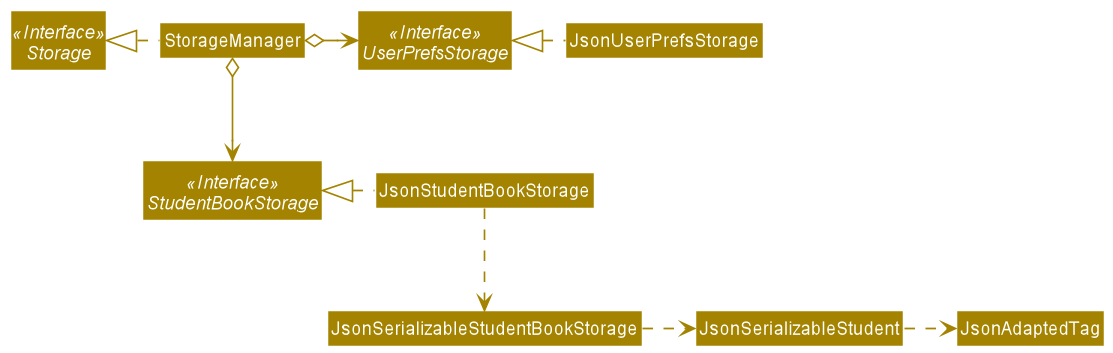
The PlantUML diagram docs/images/StorageClassDiagram.png in nus-cs2103-AY2021S2/tp, before a commit.
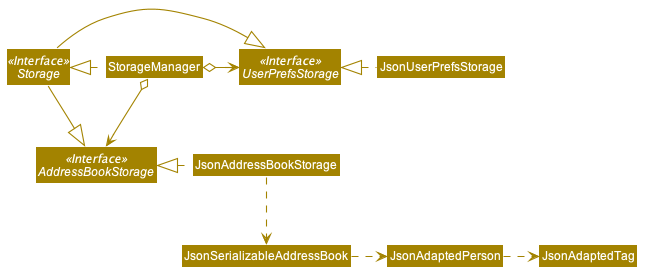
After the commit.

What changed in the source:
```diff
@@ -1,24 +1,74 @@
 @startuml
-!include style.puml
+
+
+
+
+
+
+
+
+skinparam BackgroundColor #FFFFFFF
+
+skinparam Shadowing false
+
+skinparam Class {
+    FontColor #FFFFFF
+    BorderThickness 1
+    BorderColor #FFFFFF
+    StereotypeFontColor #FFFFFF
+    FontName Arial
+}
+
+skinparam Actor {
+    BorderColor #000000
+    Color #000000
+    FontName Arial
+}
+
+skinparam Sequence {
+    MessageAlign center
+    BoxFontSize 15
+    BoxPadding 0
+    BoxFontColor #FFFFFF
+    FontName Arial
+}
+
+skinparam Participant {
+    FontColor #FFFFFFF
+    Padding 20
+}
+
+skinparam MinClassWidth 50
+skinparam ParticipantPadding 10
+skinparam Shadowing false
+skinparam DefaultTextAlignment center
+skinparam packageStyle Rectangle
+
+hide footbox
+hide members
+hide circle
 skinparam arrowThickness 1.1
-skinparam arrowColor STORAGE_COLOR
-skinparam classBackgroundColor STORAGE_COLOR
+skinparam arrowColor #A38300
+skinparam classBackgroundColor #A38300
 
 Interface Storage <<Interface>>
 Interface UserPrefsStorage <<Interface>>
-Interface StudentBookStorage <<Interface>>
+Interface AddressBookStorage <<Interface>>
 
 Class StorageManager
 Class JsonUserPrefsStorage
-Class JsonStudentBookStorage
+Class JsonAddressBookStorage
 
 StorageManager .left.|> Storage
 StorageManager o-right-> UserPrefsStorage
-StorageManager o--> StudentBookStorage
+StorageManager o--> AddressBookStorage
+
+Storage -|> UserPrefsStorage
+Storage -|> AddressBookStorage
 
 JsonUserPrefsStorage .left.|> UserPrefsStorage
-JsonStudentBookStorage .left.|>StudentBookStorage
-JsonStudentBookStorage .down.> JsonSerializableStudentBookStorage
-JsonSerializableStudentBookStorage .right.> JsonSerializableStudent
-JsonSerializableStudent .right.> JsonAdaptedTag
+JsonAddressBookStorage .left.|> AddressBookStorage
+JsonAddressBookStorage .down.> JsonSerializableAddressBook
+JsonSerializableAddressBook .right.> JsonAdaptedPerson
+JsonAdaptedPerson .right.> JsonAdaptedTag
 @enduml
```
